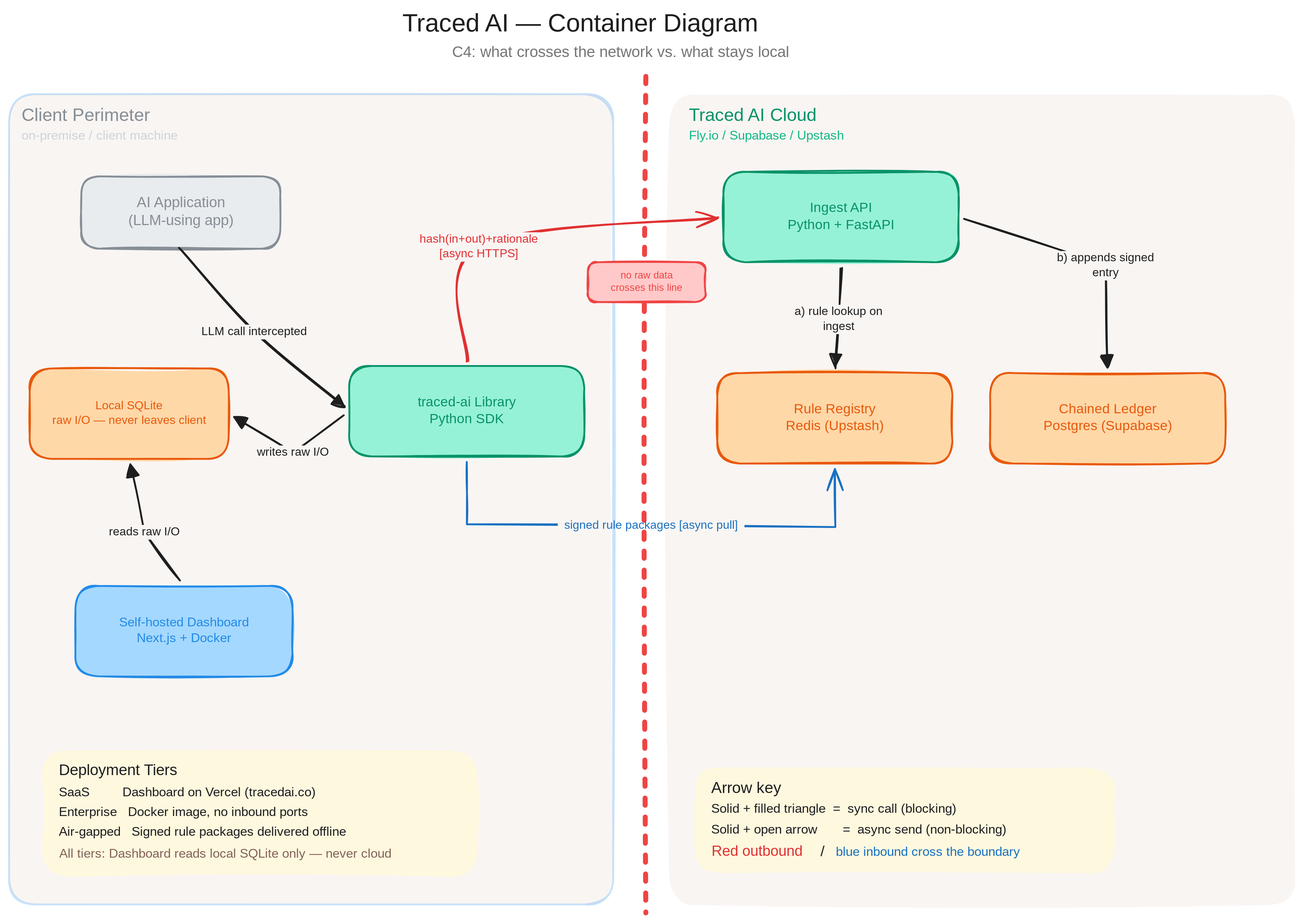
Earlier version of the Excalidraw export public/diagrams/traced-ai.svg (cmin764/portfolio). Source tidied: one line per element, renumbered; positions are measured from the earlier drawing's top-left corner, leaving out a move shared by most shapes. Its diagram source:
```json
{"id": 0, "type": "rectangle", "strokeColor": "transparent", "backgroundColor": "#eaddd7", "fillStyle": "solid", "strokeWidth": 2, "roughness": 1, "opacity": 30, "round": true, "x": 730, "y": 95, "width": 692, "height": 896}
{"id": 1, "type": "rectangle", "strokeColor": "#4a9eed", "backgroundColor": "#eaddd7", "fillStyle": "solid", "strokeWidth": 2, "roughness": 1, "opacity": 30, "round": true, "x": 0, "y": 94, "width": 668, "height": 896}
{"id": 2, "type": "text", "text": "Traced AI — Container Diagram", "strokeColor": "#1e1e1e", "strokeWidth": 2, "roughness": 1, "fontSize": 28, "fontFamily": 5, "x": 435, "y": 0, "width": 434, "height": 35}
{"id": 3, "type": "text", "text": "C4: what crosses the network vs. what stays local", "strokeColor": "#757575", "strokeWidth": 2, "roughness": 1, "fontSize": 17, "fontFamily": 5, "x": 490, "y": 38, "width": 423, "height": 21}
{"id": 4, "type": "text", "text": "Client Perimeter", "strokeColor": "#868e96", "strokeWidth": 2, "roughness": 1, "fontSize": 20, "fontFamily": 5, "x": 14, "y": 106, "width": 154, "height": 25}
{"id": 5, "type": "text", "text": "on-premise / client machine", "strokeColor": "#ced4da", "strokeWidth": 2, "roughness": 1, "fontSize": 14, "fontFamily": 5, "x": 14, "y": 132, "width": 181, "height": 18}
{"id": 6, "type": "text", "text": "Traced AI Cloud", "strokeColor": "#099268", "strokeWidth": 2, "roughness": 1, "fontSize": 20, "fontFamily": 5, "x": 752, "y": 106, "width": 160, "height": 25}
{"id": 7, "type": "text", "text": "Fly.io / Supabase / Upstash", "strokeColor": "#12b886", "strokeWidth": 2, "roughness": 1, "fontSize": 14, "fontFamily": 5, "x": 752, "y": 132, "width": 193, "height": 18}
{"id": 8, "type": "arrow", "strokeColor": "#ef4444", "strokeWidth": 5, "strokeStyle": "dashed", "roughness": 1, "x": 704, "y": 74, "width": 0, "height": 925, "points": [[0, 0], [0, 925]]}
{"id": 9, "type": "rectangle", "strokeColor": "#ef4444", "backgroundColor": "#ffc9c9", "fillStyle": "solid", "strokeWidth": 2, "roughness": 1, "round": true, "x": 640, "y": 280, "width": 130, "height": 44}
{"id": 10, "type": "rectangle", "strokeColor": "#868e96", "backgroundColor": "#e9ecef", "fillStyle": "solid", "strokeWidth": 2, "roughness": 1, "round": true, "x": 80, "y": 185, "width": 220, "height": 80}
{"id": 11, "type": "rectangle", "strokeColor": "#099268", "backgroundColor": "#96f2d7", "fillStyle": "solid", "strokeWidth": 2, "roughness": 1, "round": true, "x": 376, "y": 395, "width": 260, "height": 100}
{"id": 12, "type": "rectangle", "strokeColor": "#e8590c", "backgroundColor": "#ffd8a8", "fillStyle": "solid", "strokeWidth": 2, "roughness": 1, "round": true, "x": 23, "y": 397, "width": 220, "height": 100}
{"id": 13, "type": "rectangle", "strokeColor": "#228be6", "backgroundColor": "#a5d8ff", "fillStyle": "solid", "strokeWidth": 2, "roughness": 1, "round": true, "x": 73, "y": 638, "width": 240, "height": 100}
{"id": 14, "type": "rectangle", "strokeColor": "#099268", "backgroundColor": "#96f2d7", "fillStyle": "solid", "strokeWidth": 2, "roughness": 1, "round": true, "x": 790, "y": 180, "width": 260, "height": 100}
{"id": 15, "type": "rectangle", "strokeColor": "#e8590c", "backgroundColor": "#ffd8a8", "fillStyle": "solid", "strokeWidth": 2, "roughness": 1, "round": true, "x": 1085, "y": 402, "width": 260, "height": 100}
{"id": 16, "type": "rectangle", "strokeColor": "#e8590c", "backgroundColor": "#ffd8a8", "fillStyle": "solid", "strokeWidth": 2, "roughness": 1, "round": true, "x": 783, "y": 403, "width": 260, "height": 100}
{"id": 17, "type": "arrow", "strokeColor": "#1e1e1e", "strokeWidth": 2, "roughness": 1, "endArrowhead": "triangle", "round": true, "to": 11, "x": 189, "y": 265, "width": 181, "height": 174, "points": [[0, 0], [81, 92], [181, 174]]}
{"id": 18, "type": "arrow", "strokeColor": "#1e1e1e", "strokeWidth": 2, "roughness": 1, "endArrowhead": "triangle", "from": 11, "to": 12, "x": 370, "y": 449, "width": 121, "height": 42, "points": [[0, 0], [-56, 42], [-121, 2]]}
{"id": 19, "type": "arrow", "strokeColor": "#1e1e1e", "strokeWidth": 2, "roughness": 1, "endArrowhead": "triangle", "from": 13, "to": 12, "x": 189, "y": 632, "width": 55, "height": 128, "points": [[0, 0], [-39, -53], [-55, -128]]}
{"id": 20, "type": "arrow", "strokeColor": "#1e1e1e", "strokeWidth": 2, "roughness": 1, "endArrowhead": "triangle", "from": 14, "to": 15, "x": 1056, "y": 232, "width": 159, "height": 164, "points": [[0, 0], [157, 52], [159, 164]]}
{"id": 21, "type": "arrow", "strokeColor": "#1e1e1e", "strokeWidth": 2, "roughness": 1, "endArrowhead": "triangle", "round": true, "from": 14, "to": 16, "x": 920, "y": 286, "width": 6, "height": 111, "points": [[0, 0], [-2, 57], [-6, 111]]}
{"id": 22, "type": "arrow", "strokeColor": "#1971c2", "strokeWidth": 2, "roughness": 1, "startArrowhead": "arrow", "from": 16, "to": 11, "x": 913, "y": 509, "width": 408, "height": 72, "points": [[0, 0], [0, 64], [-407, 61], [-407, -8]]}
{"id": 23, "type": "rectangle", "strokeColor": "transparent", "backgroundColor": "#fff9db", "fillStyle": "solid", "strokeWidth": 2, "roughness": 1, "opacity": 80, "round": true, "x": 37, "y": 820, "width": 481, "height": 140}
{"id": 24, "type": "text", "text": "Deployment Tiers", "strokeColor": "#1e1e1e", "strokeWidth": 2, "roughness": 1, "fontSize": 17, "fontFamily": 5, "x": 55, "y": 832, "width": 145, "height": 21}
{"id": 25, "type": "text", "text": "SaaS         Dashboard on Vercel (tracedai.co)", "strokeColor": "#1e1e1e", "strokeWidth": 2, "roughness": 1, "fontSize": 14, "fontFamily": 5, "x": 55, "y": 858, "width": 315, "height": 18}
{"id": 26, "type": "text", "text": "Enterprise   Docker image, no inbound ports", "strokeColor": "#1e1e1e", "strokeWidth": 2, "roughness": 1, "fontSize": 14, "fontFamily": 5, "x": 55, "y": 880, "width": 300, "height": 18}
{"id": 27, "type": "text", "text": "Air-gapped   Signed rule packages delivered offline", "strokeColor": "#1e1e1e", "strokeWidth": 2, "roughness": 1, "fontSize": 14, "fontFamily": 5, "x": 55, "y": 902, "width": 340, "height": 18}
{"id": 28, "type": "text", "text": "All tiers: Dashboard reads local SQLite only — never cloud", "strokeColor": "#846358", "strokeWidth": 2, "roughness": 1, "fontSize": 14, "fontFamily": 5, "x": 55, "y": 926, "width": 397, "height": 18}
{"id": 29, "type": "text", "text": "no raw data\ncrosses this line", "strokeColor": "#ef4444", "strokeWidth": 2, "roughness": 1, "fontSize": 11, "fontFamily": 5, "textAlign": "center", "verticalAlign": "middle", "inside": 9, "x": 661, "y": 288, "width": 87, "height": 28}
{"id": 30, "type": "text", "text": "AI Application\n(LLM-using app)", "strokeColor": "#868e96", "strokeWidth": 2, "roughness": 1, "fontSize": 16, "fontFamily": 5, "textAlign": "center", "verticalAlign": "middle", "inside": 10, "x": 129, "y": 205, "width": 121, "height": 40}
{"id": 31, "type": "text", "text": "traced-ai Library\nPython SDK", "strokeColor": "#099268", "strokeWidth": 2, "roughness": 1, "fontSize": 15, "fontFamily": 5, "textAlign": "center", "verticalAlign": "middle", "inside": 11, "x": 446, "y": 426, "width": 120, "height": 38}
{"id": 32, "type": "text", "text": "Local SQLite\nraw I/O — never leaves client", "strokeColor": "#e8590c", "strokeWidth": 2, "roughness": 1, "fontSize": 13, "fontFamily": 5, "textAlign": "center", "verticalAlign": "middle", "inside": 12, "x": 38, "y": 431, "width": 189, "height": 32}
{"id": 33, "type": "text", "text": "Self-hosted Dashboard\nNext.js + Docker", "strokeColor": "#228be6", "strokeWidth": 2, "roughness": 1, "fontSize": 14, "fontFamily": 5, "textAlign": "center", "verticalAlign": "middle", "inside": 13, "x": 114, "y": 670, "width": 158, "height": 35}
{"id": 34, "type": "text", "text": "Ingest API\nPython + FastAPI", "strokeColor": "#099268", "strokeWidth": 2, "roughness": 1, "fontSize": 15, "fontFamily": 5, "textAlign": "center", "verticalAlign": "middle", "inside": 14, "x": 852, "y": 211, "width": 135, "height": 38}
{"id": 35, "type": "text", "text": "Chained Ledger\nPostgres (Supabase)", "strokeColor": "#e8590c", "strokeWidth": 2, "roughness": 1, "fontSize": 15, "fontFamily": 5, "textAlign": "center", "verticalAlign": "middle", "inside": 15, "x": 1139, "y": 434, "width": 152, "height": 38}
{"id": 36, "type": "text", "text": "Rule Registry\nRedis (Upstash)", "strokeColor": "#e8590c", "strokeWidth": 2, "roughness": 1, "fontSize": 15, "fontFamily": 5, "textAlign": "center", "verticalAlign": "middle", "inside": 16, "x": 853, "y": 434, "width": 119, "height": 38}
{"id": 37, "type": "text", "text": "LLM call intercepted", "strokeColor": "#1e1e1e", "strokeWidth": 2, "roughness": 1, "fontSize": 13, "fontFamily": 5, "textAlign": "center", "verticalAlign": "middle", "inside": 17, "x": 117, "y": 322, "width": 126, "height": 16}
{"id": 38, "type": "text", "text": "writes raw I/O", "strokeColor": "#1e1e1e", "strokeWidth": 2, "roughness": 1, "fontSize": 13, "fontFamily": 5, "textAlign": "center", "verticalAlign": "middle", "inside": 18, "x": 269, "y": 508, "width": 95, "height": 16}
{"id": 39, "type": "text", "text": "reads raw I/O", "strokeColor": "#1e1e1e", "strokeWidth": 2, "roughness": 1, "fontSize": 13, "fontFamily": 5, "textAlign": "center", "verticalAlign": "middle", "inside": 19, "x": 435, "y": 627, "width": 91, "height": 16}
{"id": 40, "type": "text", "text": "b) appends signed\nentry", "strokeColor": "#1e1e1e", "strokeWidth": 2, "roughness": 1, "fontSize": 13, "fontFamily": 5, "textAlign": "center", "verticalAlign": "middle", "inside": 20, "x": 1156, "y": 268, "width": 112, "height": 32}
{"id": 41, "type": "text", "text": "a) rule lookup on\ningest", "strokeColor": "#1e1e1e", "strokeWidth": 2, "roughness": 1, "fontSize": 13, "fontFamily": 5, "textAlign": "center", "verticalAlign": "middle", "inside": 21, "x": 865, "y": 327, "width": 105, "height": 32}
{"id": 42, "type": "text", "text": "signed rule packages [async pull]", "strokeColor": "#1971c2", "strokeWidth": 2, "roughness": 1, "fontSize": 13, "fontFamily": 5, "textAlign": "center", "verticalAlign": "middle", "inside": 22, "x": 607, "y": 567, "width": 206, "height": 16}
{"id": 43, "type": "arrow", "strokeColor": "#e03131", "strokeWidth": 2, "roughness": 1, "endArrowhead": "arrow", "round": true, "from": 11, "to": 14, "x": 507, "y": 389, "width": 277, "height": 158, "points": [[0, 0], [12, -126], [277, -158]]}
{"id": 44, "type": "text", "text": "hash(in+out)+rationale\n[async HTTPS]", "strokeColor": "#e03131", "strokeWidth": 2, "roughness": 1, "fontSize": 13, "fontFamily": 5, "textAlign": "center", "verticalAlign": "middle", "inside": 43, "x": 449, "y": 247, "width": 141, "height": 32}
{"id": 45, "type": "rectangle", "strokeColor": "transparent", "backgroundColor": "#fff9db", "fillStyle": "solid", "strokeWidth": 2, "roughness": 1, "opacity": 80, "round": true, "x": 758, "y": 839, "width": 465, "height": 117}
{"id": 46, "type": "text", "text": "Arrow key", "strokeColor": "#1e1e1e", "strokeWidth": 2, "roughness": 1, "fontSize": 17.2, "fontFamily": 5, "x": 776, "y": 852, "width": 82, "height": 22}
{"id": 47, "type": "text", "text": "Solid + filled triangle  =  sync call (blocking)", "strokeColor": "#1e1e1e", "strokeWidth": 2, "roughness": 1, "fontSize": 14.17, "fontFamily": 5, "x": 776, "y": 876, "width": 300, "height": 18}
{"id": 48, "type": "text", "text": "Solid + open arrow       =  async send (non-blocking)", "strokeColor": "#1e1e1e", "strokeWidth": 2, "roughness": 1, "fontSize": 14.17, "fontFamily": 5, "x": 776, "y": 899, "width": 360, "height": 18}
{"id": 49, "type": "text", "text": "blue inbound cross the boundary", "strokeColor": "#1971c2", "strokeWidth": 2, "roughness": 1, "fontSize": 14.17, "fontFamily": 5, "x": 914, "y": 924, "width": 222, "height": 18}
{"id": 50, "type": "text", "text": "Red outbound", "strokeColor": "#e03131", "backgroundColor": "#a5d8ff", "fillStyle": "solid", "strokeWidth": 2, "roughness": 1, "fontSize": 16.19, "fontFamily": 5, "x": 777, "y": 922, "width": 110, "height": 20}
{"id": 51, "type": "text", "text": "/", "strokeColor": "#1e1e1e", "backgroundColor": "#a5d8ff", "fillStyle": "solid", "strokeWidth": 2, "roughness": 1, "fontSize": 16.19, "fontFamily": 5, "x": 897, "y": 923, "width": 9, "height": 20}
```
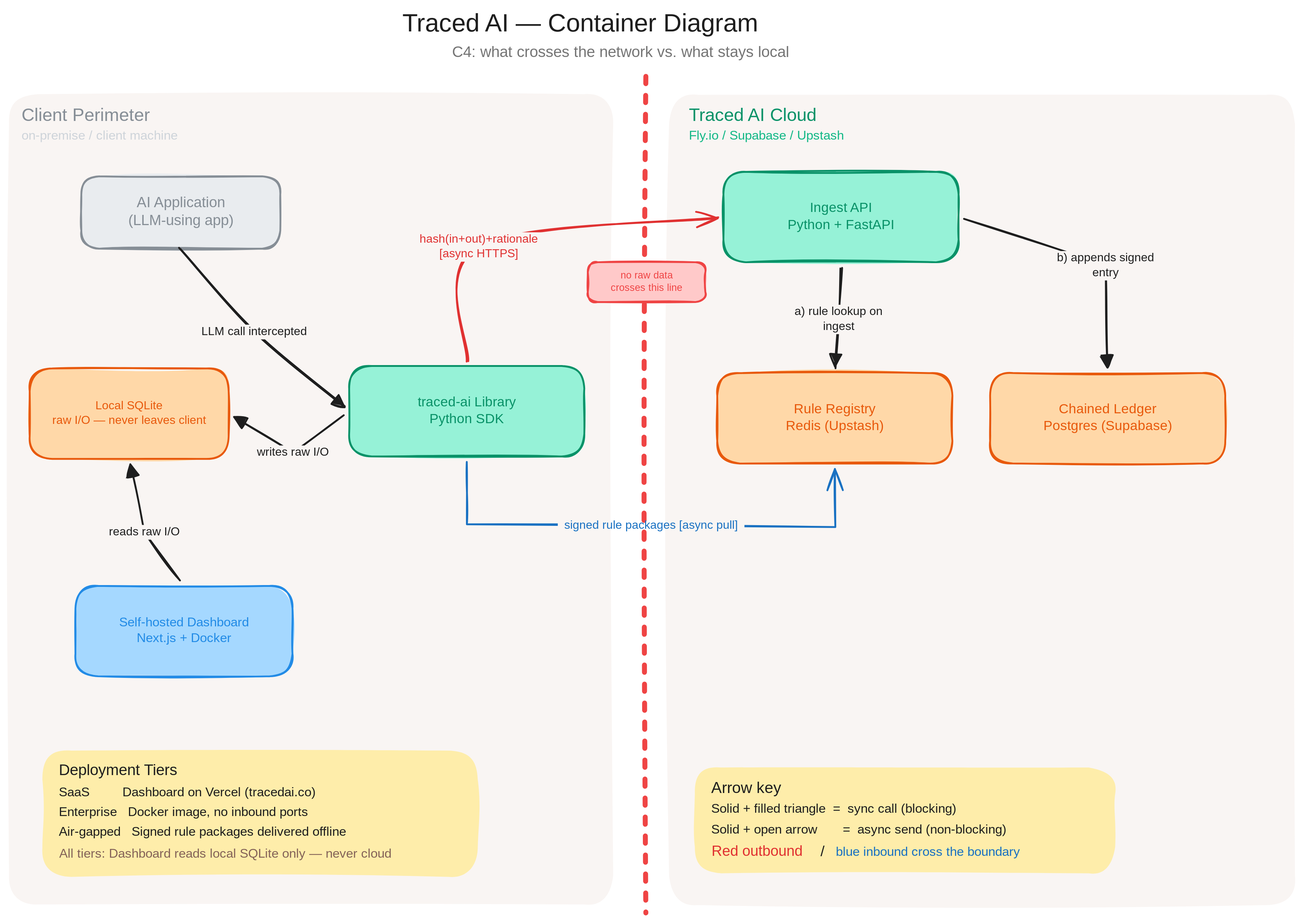
After the change.

Commit message:
Polish Traced AI diagram

Diff of the diagram source:
```diff
@@ -1,5 +1,5 @@
 {"id": 0, "type": "rectangle", "strokeColor": "transparent", "backgroundColor": "#eaddd7", "fillStyle": "solid", "strokeWidth": 2, "roughness": 1, "opacity": 30, "round": true, "x": 730, "y": 95, "width": 692, "height": 896}
-{"id": 1, "type": "rectangle", "strokeColor": "#4a9eed", "backgroundColor": "#eaddd7", "fillStyle": "solid", "strokeWidth": 2, "roughness": 1, "opacity": 30, "round": true, "x": 0, "y": 94, "width": 668, "height": 896}
+{"id": 1, "type": "rectangle", "strokeColor": "transparent", "backgroundColor": "#eaddd7", "fillStyle": "solid", "strokeWidth": 2, "roughness": 1, "opacity": 30, "round": true, "x": 0, "y": 94, "width": 668, "height": 896}
 {"id": 2, "type": "text", "text": "Traced AI — Container Diagram", "strokeColor": "#1e1e1e", "strokeWidth": 2, "roughness": 1, "fontSize": 28, "fontFamily": 5, "x": 435, "y": 0, "width": 434, "height": 35}
 {"id": 3, "type": "text", "text": "C4: what crosses the network vs. what stays local", "strokeColor": "#757575", "strokeWidth": 2, "roughness": 1, "fontSize": 17, "fontFamily": 5, "x": 490, "y": 38, "width": 423, "height": 21}
 {"id": 4, "type": "text", "text": "Client Perimeter", "strokeColor": "#868e96", "strokeWidth": 2, "roughness": 1, "fontSize": 20, "fontFamily": 5, "x": 14, "y": 106, "width": 154, "height": 25}
@@ -21,7 +21,7 @@
 {"id": 20, "type": "arrow", "strokeColor": "#1e1e1e", "strokeWidth": 2, "roughness": 1, "endArrowhead": "triangle", "from": 14, "to": 15, "x": 1056, "y": 232, "width": 159, "height": 164, "points": [[0, 0], [157, 52], [159, 164]]}
 {"id": 21, "type": "arrow", "strokeColor": "#1e1e1e", "strokeWidth": 2, "roughness": 1, "endArrowhead": "triangle", "round": true, "from": 14, "to": 16, "x": 920, "y": 286, "width": 6, "height": 111, "points": [[0, 0], [-2, 57], [-6, 111]]}
 {"id": 22, "type": "arrow", "strokeColor": "#1971c2", "strokeWidth": 2, "roughness": 1, "startArrowhead": "arrow", "from": 16, "to": 11, "x": 913, "y": 509, "width": 408, "height": 72, "points": [[0, 0], [0, 64], [-407, 61], [-407, -8]]}
-{"id": 23, "type": "rectangle", "strokeColor": "transparent", "backgroundColor": "#fff9db", "fillStyle": "solid", "strokeWidth": 2, "roughness": 1, "opacity": 80, "round": true, "x": 37, "y": 820, "width": 481, "height": 140}
+{"id": 23, "type": "rectangle", "strokeColor": "transparent", "backgroundColor": "#ffec99", "fillStyle": "solid", "strokeWidth": 2, "roughness": 1, "opacity": 80, "round": true, "x": 37, "y": 820, "width": 481, "height": 140}
 {"id": 24, "type": "text", "text": "Deployment Tiers", "strokeColor": "#1e1e1e", "strokeWidth": 2, "roughness": 1, "fontSize": 17, "fontFamily": 5, "x": 55, "y": 832, "width": 145, "height": 21}
 {"id": 25, "type": "text", "text": "SaaS         Dashboard on Vercel (tracedai.co)", "strokeColor": "#1e1e1e", "strokeWidth": 2, "roughness": 1, "fontSize": 14, "fontFamily": 5, "x": 55, "y": 858, "width": 315, "height": 18}
 {"id": 26, "type": "text", "text": "Enterprise   Docker image, no inbound ports", "strokeColor": "#1e1e1e", "strokeWidth": 2, "roughness": 1, "fontSize": 14, "fontFamily": 5, "x": 55, "y": 880, "width": 300, "height": 18}
@@ -43,7 +43,7 @@
 {"id": 42, "type": "text", "text": "signed rule packages [async pull]", "strokeColor": "#1971c2", "strokeWidth": 2, "roughness": 1, "fontSize": 13, "fontFamily": 5, "textAlign": "center", "verticalAlign": "middle", "inside": 22, "x": 607, "y": 567, "width": 206, "height": 16}
 {"id": 43, "type": "arrow", "strokeColor": "#e03131", "strokeWidth": 2, "roughness": 1, "endArrowhead": "arrow", "round": true, "from": 11, "to": 14, "x": 507, "y": 389, "width": 277, "height": 158, "points": [[0, 0], [12, -126], [277, -158]]}
 {"id": 44, "type": "text", "text": "hash(in+out)+rationale\n[async HTTPS]", "strokeColor": "#e03131", "strokeWidth": 2, "roughness": 1, "fontSize": 13, "fontFamily": 5, "textAlign": "center", "verticalAlign": "middle", "inside": 43, "x": 449, "y": 247, "width": 141, "height": 32}
-{"id": 45, "type": "rectangle", "strokeColor": "transparent", "backgroundColor": "#fff9db", "fillStyle": "solid", "strokeWidth": 2, "roughness": 1, "opacity": 80, "round": true, "x": 758, "y": 839, "width": 465, "height": 117}
+{"id": 45, "type": "rectangle", "strokeColor": "transparent", "backgroundColor": "#ffec99", "fillStyle": "solid", "strokeWidth": 2, "roughness": 1, "opacity": 80, "round": true, "x": 758, "y": 839, "width": 465, "height": 117}
 {"id": 46, "type": "text", "text": "Arrow key", "strokeColor": "#1e1e1e", "strokeWidth": 2, "roughness": 1, "fontSize": 17.2, "fontFamily": 5, "x": 776, "y": 852, "width": 82, "height": 22}
 {"id": 47, "type": "text", "text": "Solid + filled triangle  =  sync call (blocking)", "strokeColor": "#1e1e1e", "strokeWidth": 2, "roughness": 1, "fontSize": 14.17, "fontFamily": 5, "x": 776, "y": 876, "width": 300, "height": 18}
 {"id": 48, "type": "text", "text": "Solid + open arrow       =  async send (non-blocking)", "strokeColor": "#1e1e1e", "strokeWidth": 2, "roughness": 1, "fontSize": 14.17, "fontFamily": 5, "x": 776, "y": 899, "width": 360, "height": 18}
```
